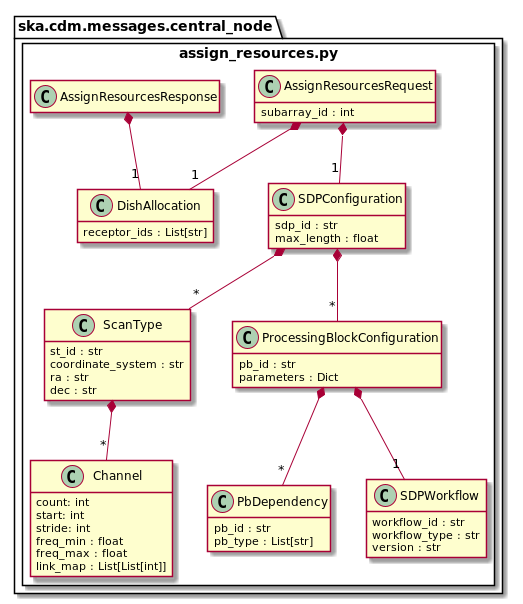
The PlantUML diagram docs/src/developer/centralnode/assignresources.png in ska-telescope/cdm-shared-library, before a commit.
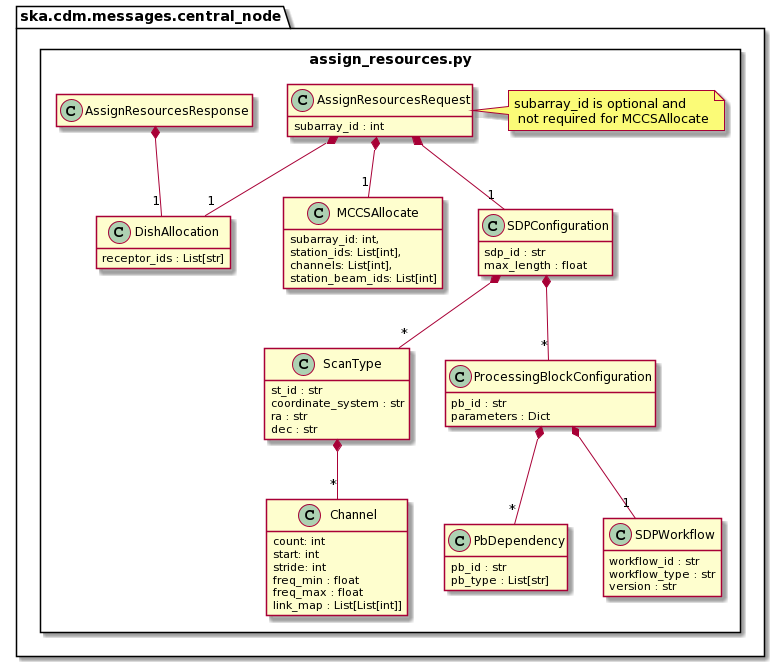
After the change.

Change to the diagram source:
```diff
@@ -2,10 +2,17 @@
 hide empty members
 
 package ska.cdm.messages.central_node {
-	package assign_resources.py <<Rectangle>> {
-		class DishAllocation {
-			receptor_ids : List[str]
-		}
+    package assign_resources.py <<Rectangle>> {
+        class DishAllocation {
+            receptor_ids : List[str]
+        }
+
+        class MCCSAllocate {
+            subarray_id: int,
+            station_ids: List[int],
+            channels: List[int],
+            station_beam_ids: List[int]
+        }
 
         class Channel {
             count: int
@@ -45,19 +52,20 @@
         class SDPConfiguration {
             sdp_id : str
             max_length : float
-		}
+        }
         SDPConfiguration *-- "*" ScanType
         SDPConfiguration *-- "*" ProcessingBlockConfiguration
 
-		class AssignResourcesRequest {
-			subarray_id : int
-		}
-		AssignResourcesRequest *-- "1" DishAllocation
+        class AssignResourcesRequest {
+            subarray_id : int
+        }
+        note right: subarray_id is optional and \n not required for MCCSAllocate
+        AssignResourcesRequest *-- "1" DishAllocation
+        AssignResourcesRequest *-- "1" MCCSAllocate
         AssignResourcesRequest *-- "1" SDPConfiguration
 
-		class AssignResourcesResponse
-		AssignResourcesResponse *-- "1" DishAllocation
+        class AssignResourcesResponse
+        AssignResourcesResponse *-- "1" DishAllocation
 	}
 }
-
 @enduml
```
